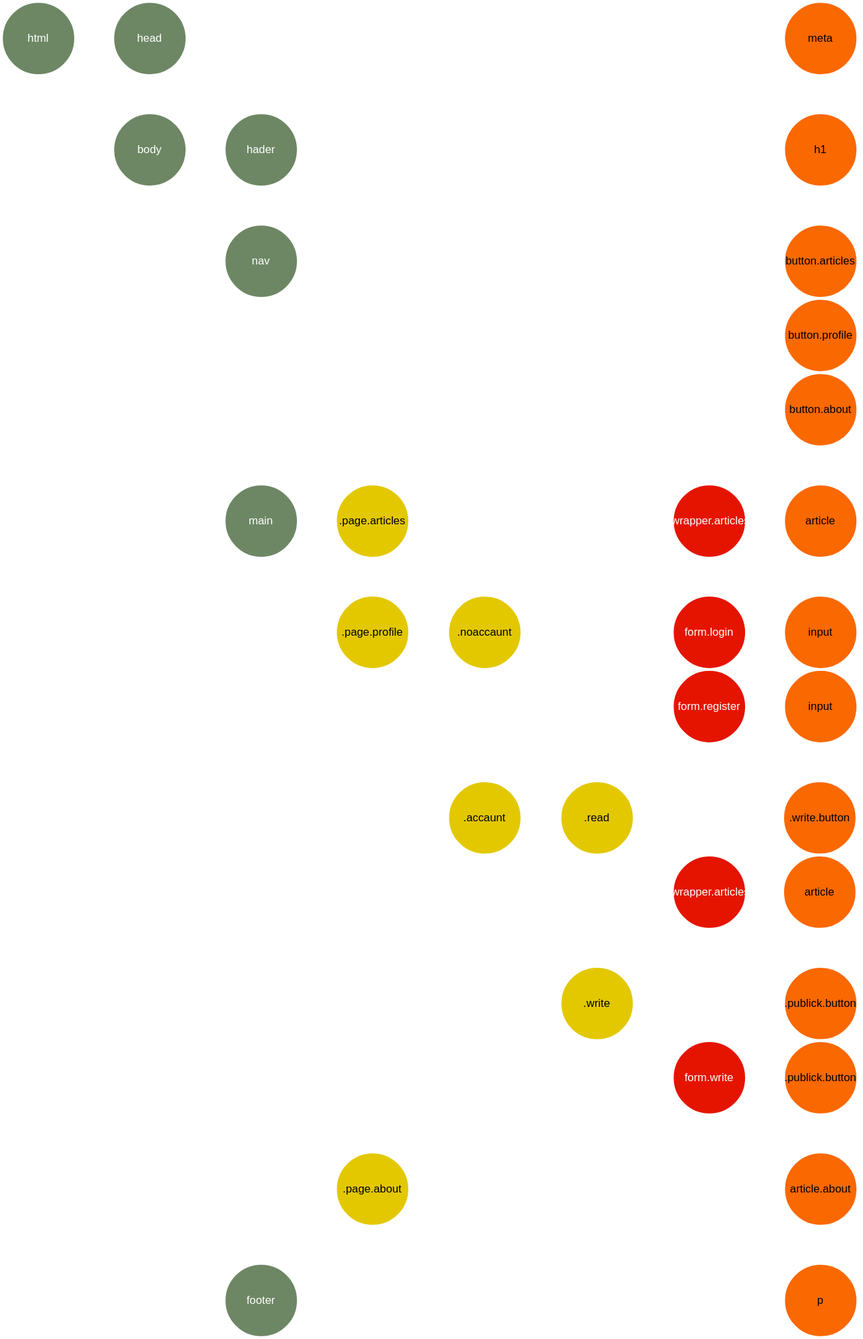
Earlier version of the draw.io export docs/dom.dio.svg (andneh/ZWA). Source tidied: cells renumbered, new cells last; positions are measured from the earlier drawing's top-left corner, leaving out a move shared by most shapes.
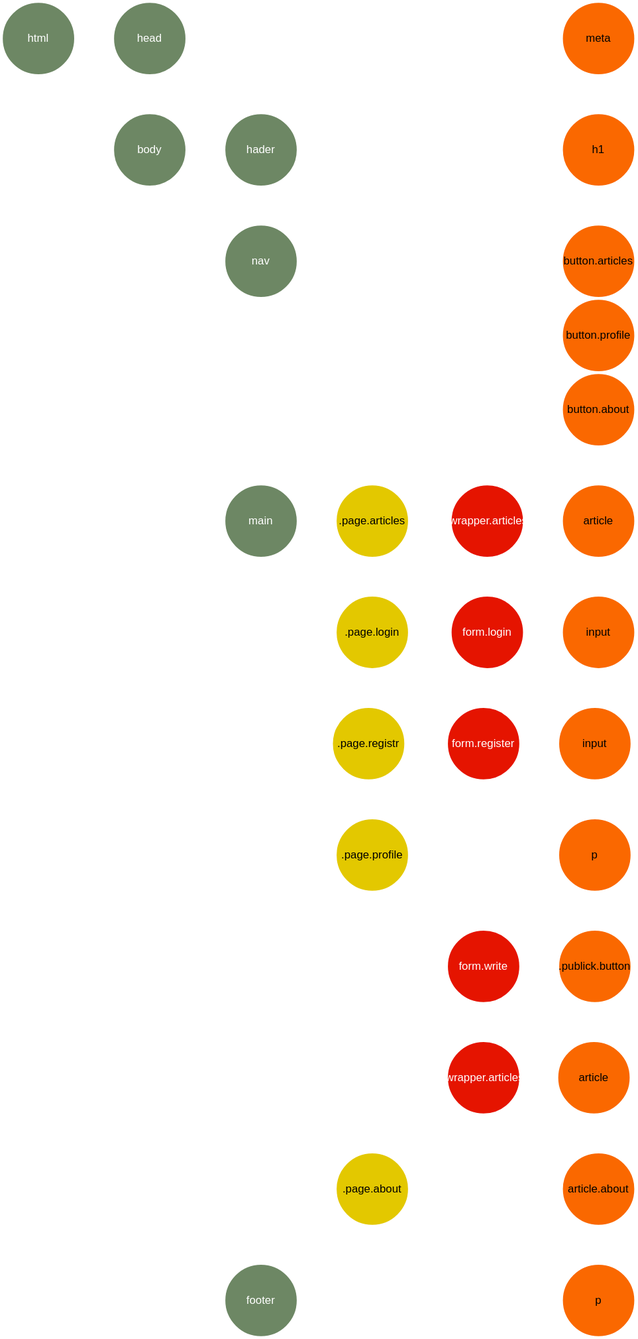
The same diagram one commit later.

The edit, as a diff of the source:
```diff
@@ -47,6 +47,12 @@
     <mxCell id="16" style="edgeStyle=none;html=1;exitX=1;exitY=0.5;exitDx=0;exitDy=0;entryX=0;entryY=0.5;entryDx=0;entryDy=0;strokeWidth=3;strokeColor=#FFFFFF;" parent="1" edge="1" source="17" target="30">
       <mxGeometry relative="1" as="geometry" />
     </mxCell>
+    <mxCell id="73" style="edgeStyle=none;html=1;exitX=1;exitY=0.5;exitDx=0;exitDy=0;entryX=0;entryY=0.5;entryDx=0;entryDy=0;strokeColor=#FFFFFF;strokeWidth=3;" parent="1" edge="1" source="17" target="79">
+      <mxGeometry relative="1" as="geometry" />
+    </mxCell>
+    <mxCell id="74" style="edgeStyle=none;html=1;exitX=1;exitY=0.5;exitDx=0;exitDy=0;entryX=0;entryY=0.5;entryDx=0;entryDy=0;strokeColor=#FFFFFF;strokeWidth=3;" parent="1" edge="1" source="17" target="39">
+      <mxGeometry relative="1" as="geometry" />
+    </mxCell>
     <mxCell id="17" value="main" style="ellipse;whiteSpace=wrap;html=1;fillColor=#6d8764;fontColor=#ffffff;strokeColor=#FFFFFF;strokeWidth=3;" parent="1" vertex="1">
       <mxGeometry x="240" y="520" width="80" height="80" as="geometry" />
     </mxCell>
@@ -74,13 +80,7 @@
     <mxCell id="25" value=".page.articles" style="ellipse;whiteSpace=wrap;html=1;fillColor=#e3c800;fontColor=#000000;strokeColor=#FFFFFF;strokeWidth=3;" parent="1" vertex="1">
       <mxGeometry x="360" y="520" width="80" height="80" as="geometry" />
     </mxCell>
-    <mxCell id="26" style="edgeStyle=none;html=1;exitX=1;exitY=0.5;exitDx=0;exitDy=0;entryX=0;entryY=0.5;entryDx=0;entryDy=0;strokeWidth=3;strokeColor=#FFFFFF;" parent="1" edge="1" source="28" target="36">
-      <mxGeometry relative="1" as="geometry" />
-    </mxCell>
-    <mxCell id="27" style="edgeStyle=none;html=1;exitX=1;exitY=0.5;exitDx=0;exitDy=0;entryX=0;entryY=0.5;entryDx=0;entryDy=0;strokeWidth=3;strokeColor=#FFFFFF;" parent="1" edge="1" source="28" target="39">
-      <mxGeometry relative="1" as="geometry" />
-    </mxCell>
-    <mxCell id="28" value=".page.profile" style="ellipse;whiteSpace=wrap;html=1;fillColor=#e3c800;fontColor=#000000;strokeColor=#FFFFFF;strokeWidth=3;" parent="1" vertex="1">
+    <mxCell id="28" value=".page.login" style="ellipse;whiteSpace=wrap;html=1;fillColor=#e3c800;fontColor=#000000;strokeColor=#FFFFFF;strokeWidth=3;" parent="1" vertex="1">
       <mxGeometry x="360" y="640" width="80" height="80" as="geometry" />
     </mxCell>
     <mxCell id="29" style="edgeStyle=none;html=1;exitX=1;exitY=0.5;exitDx=0;exitDy=0;entryX=0;entryY=0.5;entryDx=0;entryDy=0;strokeWidth=3;strokeColor=#FFFFFF;" parent="1" edge="1" source="30" target="69">
@@ -90,52 +90,31 @@
       <mxGeometry x="360" y="1240" width="80" height="80" as="geometry" />
     </mxCell>
     <mxCell id="31" value="button.articles" style="ellipse;whiteSpace=wrap;html=1;fillColor=#fa6800;fontColor=#000000;strokeColor=#FFFFFF;strokeWidth=3;" parent="1" vertex="1">
-      <mxGeometry x="843" y="240" width="80" height="80" as="geometry" />
+      <mxGeometry x="604" y="240" width="80" height="80" as="geometry" />
     </mxCell>
     <mxCell id="32" value="button.profile" style="ellipse;whiteSpace=wrap;html=1;fillColor=#fa6800;fontColor=#000000;strokeColor=#FFFFFF;strokeWidth=3;" parent="1" vertex="1">
-      <mxGeometry x="843" y="320" width="80" height="80" as="geometry" />
+      <mxGeometry x="604" y="320" width="80" height="80" as="geometry" />
     </mxCell>
     <mxCell id="33" value="button.about" style="ellipse;whiteSpace=wrap;html=1;fillColor=#fa6800;fontColor=#000000;strokeColor=#FFFFFF;strokeWidth=3;" parent="1" vertex="1">
-      <mxGeometry x="843" y="400" width="80" height="80" as="geometry" />
+      <mxGeometry x="604" y="400" width="80" height="80" as="geometry" />
     </mxCell>
-    <mxCell id="34" style="edgeStyle=none;html=1;exitX=1;exitY=0.5;exitDx=0;exitDy=0;entryX=0;entryY=0.5;entryDx=0;entryDy=0;strokeWidth=3;strokeColor=#FFFFFF;" parent="1" edge="1" source="36" target="51">
+    <mxCell id="34" style="edgeStyle=none;html=1;exitX=1;exitY=0.5;exitDx=0;exitDy=0;entryX=0;entryY=0.5;entryDx=0;entryDy=0;strokeWidth=3;strokeColor=#FFFFFF;" parent="1" edge="1" source="28" target="51">
       <mxGeometry relative="1" as="geometry" />
     </mxCell>
-    <mxCell id="35" style="edgeStyle=none;html=1;exitX=1;exitY=0.5;exitDx=0;exitDy=0;entryX=0;entryY=0.5;entryDx=0;entryDy=0;strokeWidth=3;strokeColor=#FFFFFF;" parent="1" edge="1" source="36" target="52">
-      <mxGeometry relative="1" as="geometry" />
-    </mxCell>
-    <mxCell id="36" value=".noaccaunt" style="ellipse;whiteSpace=wrap;html=1;fillColor=#e3c800;fontColor=#000000;strokeColor=#FFFFFF;strokeWidth=3;" parent="1" vertex="1">
-      <mxGeometry x="481" y="640" width="80" height="80" as="geometry" />
-    </mxCell>
-    <mxCell id="37" style="edgeStyle=none;html=1;exitX=1;exitY=0.5;exitDx=0;exitDy=0;entryX=0;entryY=0.5;entryDx=0;entryDy=0;strokeWidth=3;strokeColor=#FFFFFF;" parent="1" edge="1" source="39" target="42">
-      <mxGeometry relative="1" as="geometry" />
-    </mxCell>
-    <mxCell id="38" style="edgeStyle=none;html=1;exitX=1;exitY=0.5;exitDx=0;exitDy=0;entryX=0;entryY=0.5;entryDx=0;entryDy=0;strokeWidth=3;strokeColor=#FFFFFF;" parent="1" edge="1" source="39" target="45">
-      <mxGeometry relative="1" as="geometry" />
-    </mxCell>
+    <mxCell id="75" style="edgeStyle=none;html=1;exitX=1;exitY=0.5;exitDx=0;exitDy=0;entryX=0;entryY=0.5;entryDx=0;entryDy=0;strokeColor=#FFFFFF;strokeWidth=3;" parent="1" edge="1" source="39" target="80">
+      <mxGeometry relative="1" as="geometry" />
+    </mxCell>
+    <mxCell id="76" style="edgeStyle=none;html=1;exitX=1;exitY=0.5;exitDx=0;exitDy=0;entryX=0;entryY=0.5;entryDx=0;entryDy=0;strokeColor=#FFFFFF;strokeWidth=3;" parent="1" edge="1" source="39" target="60">
+      <mxGeometry relative="1" as="geometry" />
+    </mxCell>
+    <mxCell id="77" style="edgeStyle=none;html=1;exitX=1;exitY=0.5;exitDx=0;exitDy=0;entryX=0;entryY=0.5;entryDx=0;entryDy=0;strokeColor=#FFFFFF;strokeWidth=3;" parent="1" edge="1" source="39" target="66">
+      <mxGeometry relative="1" as="geometry" />
+    </mxCell>
-    <mxCell id="39" value=".accaunt" style="ellipse;whiteSpace=wrap;html=1;fillColor=#e3c800;fontColor=#000000;strokeColor=#FFFFFF;strokeWidth=3;" parent="1" vertex="1">
-      <mxGeometry x="481" y="840" width="80" height="80" as="geometry" />
+    <mxCell id="39" value=".page.profile" style="ellipse;whiteSpace=wrap;html=1;fillColor=#e3c800;fontColor=#000000;strokeColor=#FFFFFF;strokeWidth=3;" parent="1" vertex="1">
+      <mxGeometry x="360" y="880" width="80" height="80" as="geometry" />
     </mxCell>
-    <mxCell id="40" style="edgeStyle=none;html=1;exitX=1;exitY=0.5;exitDx=0;exitDy=0;entryX=0;entryY=0.5;entryDx=0;entryDy=0;strokeWidth=3;strokeColor=#FFFFFF;" parent="1" edge="1" source="42" target="64">
-      <mxGeometry relative="1" as="geometry" />
-    </mxCell>
-    <mxCell id="41" style="edgeStyle=none;html=1;exitX=1;exitY=0.5;exitDx=0;exitDy=0;entryX=0;entryY=0.5;entryDx=0;entryDy=0;strokeWidth=3;strokeColor=#FFFFFF;" parent="1" edge="1" source="42" target="66">
-      <mxGeometry relative="1" as="geometry" />
-    </mxCell>
-    <mxCell id="42" value=".read" style="ellipse;whiteSpace=wrap;html=1;fillColor=#e3c800;fontColor=#000000;strokeColor=#FFFFFF;strokeWidth=3;" parent="1" vertex="1">
-      <mxGeometry x="602" y="840" width="80" height="80" as="geometry" />
-    </mxCell>
-    <mxCell id="43" style="edgeStyle=none;html=1;exitX=1;exitY=0.5;exitDx=0;exitDy=0;entryX=0;entryY=0.5;entryDx=0;entryDy=0;strokeWidth=3;strokeColor=#FFFFFF;" parent="1" edge="1" source="45" target="58">
-      <mxGeometry relative="1" as="geometry" />
-    </mxCell>
-    <mxCell id="44" style="edgeStyle=none;html=1;exitX=1;exitY=0.5;exitDx=0;exitDy=0;entryX=0;entryY=0.5;entryDx=0;entryDy=0;strokeWidth=3;strokeColor=#FFFFFF;" parent="1" edge="1" source="45" target="60">
-      <mxGeometry relative="1" as="geometry" />
-    </mxCell>
-    <mxCell id="45" value=".write" style="ellipse;whiteSpace=wrap;html=1;fillColor=#e3c800;fontColor=#000000;strokeColor=#FFFFFF;strokeWidth=3;" parent="1" vertex="1">
-      <mxGeometry x="602" y="1040" width="80" height="80" as="geometry" />
-    </mxCell>
     <mxCell id="46" style="group;strokeWidth=3;strokeColor=none;" parent="1" vertex="1">
-      <mxGeometry x="723" y="520" width="200" height="80" as="geometry" />
+      <mxGeometry x="484" y="520" width="200" height="80" as="geometry" />
     </mxCell>
     <mxCell id="47" value=".wrapper.articles" style="ellipse;whiteSpace=wrap;html=1;fillColor=#e51400;fontColor=#ffffff;strokeColor=#FFFFFF;strokeWidth=3;" parent="46" vertex="1">
       <mxGeometry width="80" height="80" as="geometry" />
@@ -146,35 +125,56 @@
     <mxCell id="49" style="edgeStyle=none;html=1;exitX=1;exitY=0.5;exitDx=0;exitDy=0;entryX=0;entryY=0.5;entryDx=0;entryDy=0;strokeWidth=3;strokeColor=#FFFFFF;" parent="46" edge="1" source="47" target="48">
       <mxGeometry relative="1" as="geometry" />
     </mxCell>
-    <mxCell id="50" style="group;strokeWidth=3;strokeColor=none;" parent="1" vertex="1">
-      <mxGeometry x="728" y="640" width="199" height="160" as="geometry" />
-    </mxCell>
+    <mxCell id="69" value="article.about" style="ellipse;whiteSpace=wrap;html=1;fillColor=#fa6800;fontColor=#000000;strokeColor=#FFFFFF;strokeWidth=3;" parent="1" vertex="1">
+      <mxGeometry x="604" y="1240" width="80" height="80" as="geometry" />
+    </mxCell>
+    <mxCell id="70" value="p" style="ellipse;whiteSpace=wrap;html=1;fillColor=#fa6800;fontColor=#000000;strokeColor=#FFFFFF;strokeWidth=3;" parent="1" vertex="1">
+      <mxGeometry x="604" y="1360" width="80" height="80" as="geometry" />
+    </mxCell>
+    <mxCell id="71" value="h1" style="ellipse;whiteSpace=wrap;html=1;fillColor=#fa6800;fontColor=#000000;strokeColor=#FFFFFF;strokeWidth=3;" parent="1" vertex="1">
+      <mxGeometry x="604" y="120" width="80" height="80" as="geometry" />
+    </mxCell>
+    <mxCell id="72" value="meta" style="ellipse;whiteSpace=wrap;html=1;fillColor=#fa6800;fontColor=#000000;strokeColor=#FFFFFF;strokeWidth=3;" parent="1" vertex="1">
+      <mxGeometry x="604" width="80" height="80" as="geometry" />
+    </mxCell>
+    <mxCell id="78" style="edgeStyle=none;html=1;exitX=1;exitY=0.5;exitDx=0;exitDy=0;entryX=0;entryY=0.5;entryDx=0;entryDy=0;strokeWidth=3;strokeColor=#FFFFFF;" parent="1" edge="1" source="79" target="52">
+      <mxGeometry relative="1" as="geometry" />
+    </mxCell>
+    <mxCell id="79" value=".page.registr" style="ellipse;whiteSpace=wrap;html=1;fillColor=#e3c800;fontColor=#000000;strokeColor=#FFFFFF;strokeWidth=3;" parent="1" vertex="1">
+      <mxGeometry x="356" y="760" width="80" height="80" as="geometry" />
+    </mxCell>
-    <mxCell id="51" value="form.login" style="ellipse;whiteSpace=wrap;html=1;fillColor=#e51400;fontColor=#ffffff;strokeColor=#FFFFFF;strokeWidth=3;" parent="50" vertex="1">
-      <mxGeometry x="-5" width="80" height="80" as="geometry" />
+    <mxCell id="51" value="form.login" style="ellipse;whiteSpace=wrap;html=1;fillColor=#e51400;fontColor=#ffffff;strokeColor=#FFFFFF;strokeWidth=3;" parent="1" vertex="1">
+      <mxGeometry x="484" y="640" width="80" height="80" as="geometry" />
     </mxCell>
-    <mxCell id="52" value="form.register" style="ellipse;whiteSpace=wrap;html=1;fillColor=#e51400;fontColor=#ffffff;strokeColor=#FFFFFF;strokeWidth=3;" parent="50" vertex="1">
-      <mxGeometry x="-5" y="80" width="80" height="80" as="geometry" />
+    <mxCell id="52" value="form.register" style="ellipse;whiteSpace=wrap;html=1;fillColor=#e51400;fontColor=#ffffff;strokeColor=#FFFFFF;strokeWidth=3;" parent="1" vertex="1">
+      <mxGeometry x="480" y="760" width="80" height="80" as="geometry" />
     </mxCell>
-    <mxCell id="53" value="input" style="ellipse;whiteSpace=wrap;html=1;fillColor=#fa6800;fontColor=#000000;strokeColor=#FFFFFF;strokeWidth=3;" parent="50" vertex="1">
-      <mxGeometry x="115" width="80" height="80" as="geometry" />
+    <mxCell id="53" value="input" style="ellipse;whiteSpace=wrap;html=1;fillColor=#fa6800;fontColor=#000000;strokeColor=#FFFFFF;strokeWidth=3;" parent="1" vertex="1">
+      <mxGeometry x="604" y="640" width="80" height="80" as="geometry" />
     </mxCell>
-    <mxCell id="54" style="edgeStyle=none;html=1;exitX=1;exitY=0.5;exitDx=0;exitDy=0;entryX=0;entryY=0.5;entryDx=0;entryDy=0;strokeWidth=3;strokeColor=#FFFFFF;" parent="50" edge="1" source="51" target="53">
+    <mxCell id="54" style="edgeStyle=none;html=1;exitX=1;exitY=0.5;exitDx=0;exitDy=0;entryX=0;entryY=0.5;entryDx=0;entryDy=0;strokeWidth=3;strokeColor=#FFFFFF;" parent="1" edge="1" source="51" target="53">
       <mxGeometry relative="1" as="geometry" />
     </mxCell>
-    <mxCell id="55" value="input" style="ellipse;whiteSpace=wrap;html=1;fillColor=#fa6800;fontColor=#000000;strokeColor=#FFFFFF;strokeWidth=3;" parent="50" vertex="1">
-      <mxGeometry x="115" y="80" width="80" height="80" as="geometry" />
+    <mxCell id="55" value="input" style="ellipse;whiteSpace=wrap;html=1;fillColor=#fa6800;fontColor=#000000;strokeColor=#FFFFFF;strokeWidth=3;" parent="1" vertex="1">
+      <mxGeometry x="600" y="760" width="80" height="80" as="geometry" />
     </mxCell>
-    <mxCell id="56" style="edgeStyle=none;html=1;exitX=1;exitY=0.5;exitDx=0;exitDy=0;entryX=0;entryY=0.5;entryDx=0;entryDy=0;strokeWidth=3;strokeColor=#FFFFFF;" parent="50" edge="1" source="52" target="55">
+    <mxCell id="56" style="edgeStyle=none;html=1;exitX=1;exitY=0.5;exitDx=0;exitDy=0;entryX=0;entryY=0.5;entryDx=0;entryDy=0;strokeWidth=3;strokeColor=#FFFFFF;" parent="1" edge="1" source="52" target="55">
       <mxGeometry relative="1" as="geometry" />
     </mxCell>
-    <mxCell id="57" style="group;strokeWidth=3;strokeColor=none;" parent="1" vertex="1">
-      <mxGeometry x="723" y="1040" width="202" height="160" as="geometry" />
-    </mxCell>
-    <mxCell id="58" value=".publick.button" style="ellipse;whiteSpace=wrap;html=1;fillColor=#fa6800;fontColor=#000000;strokeColor=#FFFFFF;strokeWidth=3;" parent="57" vertex="1">
-      <mxGeometry x="120" width="80" height="80" as="geometry" />
-    </mxCell>
+    <mxCell id="65" style="group;strokeWidth=3;strokeColor=none;" parent="1" vertex="1">
+      <mxGeometry x="480" y="1120" width="199" height="80" as="geometry" />
+    </mxCell>
+    <mxCell id="66" value=".wrapper.articles" style="ellipse;whiteSpace=wrap;html=1;fillColor=#e51400;fontColor=#ffffff;strokeColor=#FFFFFF;strokeWidth=3;" parent="65" vertex="1">
+      <mxGeometry width="80" height="80" as="geometry" />
+    </mxCell>
+    <mxCell id="67" value="article" style="ellipse;whiteSpace=wrap;html=1;fillColor=#fa6800;fontColor=#000000;strokeColor=#FFFFFF;strokeWidth=3;" parent="65" vertex="1">
+      <mxGeometry x="119" width="80" height="80" as="geometry" />
+    </mxCell>
+    <mxCell id="68" style="edgeStyle=none;html=1;exitX=1;exitY=0.5;exitDx=0;exitDy=0;entryX=0;entryY=0.5;entryDx=0;entryDy=0;strokeWidth=3;strokeColor=#FFFFFF;" parent="65" edge="1" source="66" target="67">
+      <mxGeometry relative="1" as="geometry" />
+    </mxCell>
-    <mxCell id="59" style="group;strokeWidth=3;strokeColor=none;" parent="57" vertex="1">
-      <mxGeometry y="80" width="200" height="80" as="geometry" />
+    <mxCell id="59" style="group;strokeWidth=3;strokeColor=none;" parent="1" vertex="1">
+      <mxGeometry x="480" y="1000" width="200" height="80" as="geometry" />
     </mxCell>
     <mxCell id="60" value="form.write" style="ellipse;whiteSpace=wrap;html=1;fillColor=#e51400;fontColor=#ffffff;strokeColor=#FFFFFF;strokeWidth=3;" parent="59" vertex="1">
       <mxGeometry width="80" height="80" as="geometry" />
@@ -185,35 +185,8 @@
     <mxCell id="62" style="edgeStyle=none;html=1;exitX=1;exitY=0.5;exitDx=0;exitDy=0;entryX=0;entryY=0.5;entryDx=0;entryDy=0;strokeWidth=3;strokeColor=#FFFFFF;" parent="59" edge="1" source="60" target="61">
       <mxGeometry relative="1" as="geometry" />
     </mxCell>
-    <mxCell id="63" style="group;strokeWidth=3;strokeColor=none;" parent="1" vertex="1">
-      <mxGeometry x="723" y="840" width="199" height="160" as="geometry" />
-    </mxCell>
-    <mxCell id="64" value=".write.button" style="ellipse;whiteSpace=wrap;html=1;fillColor=#fa6800;fontColor=#000000;strokeColor=#FFFFFF;strokeWidth=3;" parent="63" vertex="1">
-      <mxGeometry x="119" width="80" height="80" as="geometry" />
-    </mxCell>
-    <mxCell id="65" style="group;strokeWidth=3;strokeColor=none;" parent="63" vertex="1">
-      <mxGeometry y="80" width="199" height="80" as="geometry" />
-    </mxCell>
-    <mxCell id="66" value=".wrapper.articles" style="ellipse;whiteSpace=wrap;html=1;fillColor=#e51400;fontColor=#ffffff;strokeColor=#FFFFFF;strokeWidth=3;" parent="65" vertex="1">
-      <mxGeometry width="80" height="80" as="geometry" />
-    </mxCell>
-    <mxCell id="67" value="article" style="ellipse;whiteSpace=wrap;html=1;fillColor=#fa6800;fontColor=#000000;strokeColor=#FFFFFF;strokeWidth=3;" parent="65" vertex="1">
-      <mxGeometry x="119" width="80" height="80" as="geometry" />
-    </mxCell>
-    <mxCell id="68" style="edgeStyle=none;html=1;exitX=1;exitY=0.5;exitDx=0;exitDy=0;entryX=0;entryY=0.5;entryDx=0;entryDy=0;strokeWidth=3;strokeColor=#FFFFFF;" parent="65" edge="1" source="66" target="67">
-      <mxGeometry relative="1" as="geometry" />
-    </mxCell>
-    <mxCell id="69" value="article.about" style="ellipse;whiteSpace=wrap;html=1;fillColor=#fa6800;fontColor=#000000;strokeColor=#FFFFFF;strokeWidth=3;" parent="1" vertex="1">
-      <mxGeometry x="843" y="1240" width="80" height="80" as="geometry" />
-    </mxCell>
-    <mxCell id="70" value="p" style="ellipse;whiteSpace=wrap;html=1;fillColor=#fa6800;fontColor=#000000;strokeColor=#FFFFFF;strokeWidth=3;" parent="1" vertex="1">
-      <mxGeometry x="843" y="1360" width="80" height="80" as="geometry" />
-    </mxCell>
-    <mxCell id="71" value="h1" style="ellipse;whiteSpace=wrap;html=1;fillColor=#fa6800;fontColor=#000000;strokeColor=#FFFFFF;strokeWidth=3;" parent="1" vertex="1">
-      <mxGeometry x="843" y="120" width="80" height="80" as="geometry" />
-    </mxCell>
-    <mxCell id="72" value="meta" style="ellipse;whiteSpace=wrap;html=1;fillColor=#fa6800;fontColor=#000000;strokeColor=#FFFFFF;strokeWidth=3;" parent="1" vertex="1">
-      <mxGeometry x="843" width="80" height="80" as="geometry" />
-    </mxCell>
+    <mxCell id="80" value="p" style="ellipse;whiteSpace=wrap;html=1;fillColor=#fa6800;fontColor=#000000;strokeColor=#FFFFFF;strokeWidth=3;" parent="1" vertex="1">
+      <mxGeometry x="600" y="880" width="80" height="80" as="geometry" />
+    </mxCell>
   </root>
 </mxGraphModel>
```
